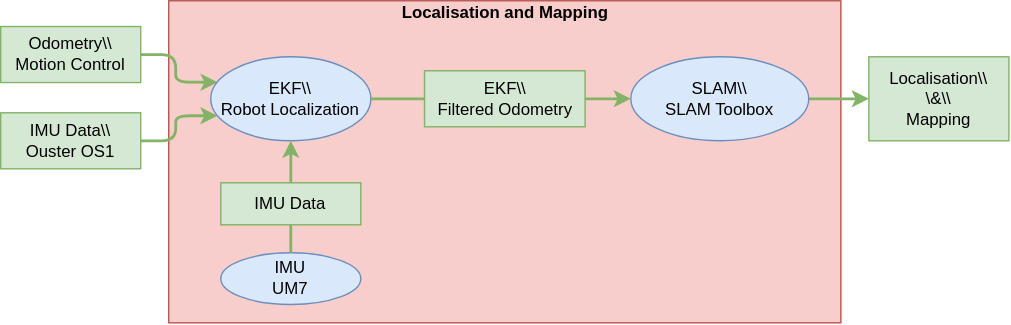
Above: Figures/figLocMapping.drawio.svg in orjano-max/ORJANOS_MASTER_REPO (draw.io), before the change. Source tidied: cells renumbered, new cells last; positions are measured from the earlier drawing's top-left corner, leaving out a move shared by most shapes.
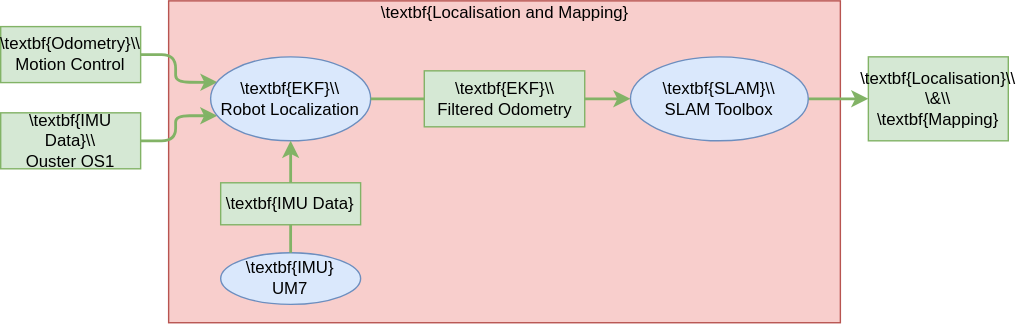
Later version of the same file.

What changed in the source:
```diff
@@ -5,10 +5,10 @@
     <mxCell id="2" style="rounded=0;whiteSpace=wrap;html=1;fillColor=#f8cecc;strokeColor=#b85450;" parent="1" vertex="1">
       <mxGeometry x="120" width="480" height="230" as="geometry" />
     </mxCell>
-    <mxCell id="3" value="IMU Data\\&lt;br&gt;Ouster OS1" style="rounded=0;whiteSpace=wrap;html=1;fillColor=#d5e8d4;strokeColor=#82b366;" parent="1" vertex="1">
+    <mxCell id="3" value="\textbf{IMU Data}\\&lt;br&gt;Ouster OS1" style="rounded=0;whiteSpace=wrap;html=1;fillColor=#d5e8d4;strokeColor=#82b366;" parent="1" vertex="1">
       <mxGeometry y="80" width="100" height="40" as="geometry" />
     </mxCell>
-    <mxCell id="4" value="Odometry\\&lt;br&gt;Motion Control&lt;b&gt;&lt;br&gt;&lt;/b&gt;" style="rounded=0;whiteSpace=wrap;html=1;fillColor=#d5e8d4;strokeColor=#82b366;" parent="1" vertex="1">
+    <mxCell id="4" value="\textbf{Odometry}\\&lt;br&gt;Motion Control&lt;b&gt;&lt;br&gt;&lt;/b&gt;" style="rounded=0;whiteSpace=wrap;html=1;fillColor=#d5e8d4;strokeColor=#82b366;" parent="1" vertex="1">
       <mxGeometry y="18.4" width="100" height="40" as="geometry" />
     </mxCell>
     <mxCell id="5" style="edgeStyle=orthogonalEdgeStyle;jettySize=auto;html=1;fillColor=#d5e8d4;strokeColor=#82b366;strokeWidth=2;rounded=1;exitX=1;exitY=0.5;exitDx=0;exitDy=0;entryX=0.042;entryY=0.702;entryDx=0;entryDy=0;entryPerimeter=0;" parent="1" edge="1" source="3" target="12">
@@ -17,28 +17,28 @@
     <mxCell id="6" style="edgeStyle=orthogonalEdgeStyle;jettySize=auto;html=1;fillColor=#d5e8d4;strokeColor=#82b366;strokeWidth=2;rounded=1;exitX=1;exitY=0.5;exitDx=0;exitDy=0;entryX=0.043;entryY=0.303;entryDx=0;entryDy=0;entryPerimeter=0;" parent="1" edge="1" source="4" target="12">
       <mxGeometry relative="1" as="geometry" />
     </mxCell>
-    <mxCell id="7" value="Localisation\\&lt;br&gt;&lt;div&gt;\&amp;amp;\\&lt;/div&gt;&lt;div&gt;Mapping&lt;b&gt;&lt;br&gt;&lt;/b&gt;&lt;/div&gt;" style="rounded=0;whiteSpace=wrap;html=1;fillColor=#d5e8d4;strokeColor=#82b366;" parent="1" vertex="1">
+    <mxCell id="7" value="\textbf{Localisation}\\&lt;br&gt;&lt;div&gt;\&amp;amp;\\&lt;/div&gt;&lt;div&gt;\textbf{Mapping}&lt;b&gt;&lt;br&gt;&lt;/b&gt;&lt;/div&gt;" style="rounded=0;whiteSpace=wrap;html=1;fillColor=#d5e8d4;strokeColor=#82b366;" parent="1" vertex="1">
       <mxGeometry x="620" y="40" width="100" height="60" as="geometry" />
     </mxCell>
     <mxCell id="8" style="edgeStyle=orthogonalEdgeStyle;jettySize=auto;html=1;fillColor=#d5e8d4;strokeColor=#82b366;strokeWidth=2;rounded=1;exitX=1;exitY=0.5;exitDx=0;exitDy=0;entryX=0;entryY=0.5;entryDx=0;entryDy=0;" parent="1" edge="1" source="13" target="7">
       <mxGeometry relative="1" as="geometry" />
     </mxCell>
-    <mxCell id="9" value="&lt;b&gt;Localisation and Mapping&lt;/b&gt;" style="text;html=1;strokeColor=none;fillColor=none;align=center;verticalAlign=middle;whiteSpace=wrap;rounded=0;" parent="1" vertex="1">
+    <mxCell id="9" value="\textbf{Localisation and Mapping}" style="text;html=1;strokeColor=none;fillColor=none;align=center;verticalAlign=middle;whiteSpace=wrap;rounded=0;" parent="1" vertex="1">
       <mxGeometry x="238.7" width="242.6" height="18.4" as="geometry" />
     </mxCell>
-    <mxCell id="10" value="IMU&lt;br&gt;&lt;span style=&quot;&quot;&gt;UM7&lt;br&gt;&lt;/span&gt;" style="ellipse;whiteSpace=wrap;html=1;fillColor=#dae8fc;strokeColor=#6c8ebf;fontStyle=0;" parent="1" vertex="1">
+    <mxCell id="10" value="\textbf{IMU}&lt;br&gt;&lt;span style=&quot;&quot;&gt;UM7&lt;br&gt;&lt;/span&gt;" style="ellipse;whiteSpace=wrap;html=1;fillColor=#dae8fc;strokeColor=#6c8ebf;fontStyle=0;" parent="1" vertex="1">
       <mxGeometry x="157.2" y="180" width="100" height="36.9" as="geometry" />
     </mxCell>
-    <mxCell id="11" value="EKF\\&lt;br&gt;Filtered Odometry&lt;b&gt;&lt;br&gt;&lt;/b&gt;" style="rounded=0;whiteSpace=wrap;html=1;fillColor=#d5e8d4;strokeColor=#82b366;" parent="1" vertex="1">
+    <mxCell id="11" value="\textbf{EKF}\\&lt;br&gt;Filtered Odometry&lt;b&gt;&lt;br&gt;&lt;/b&gt;" style="rounded=0;whiteSpace=wrap;html=1;fillColor=#d5e8d4;strokeColor=#82b366;" parent="1" vertex="1">
       <mxGeometry x="302.7" y="50" width="114.6" height="40" as="geometry" />
     </mxCell>
-    <mxCell id="12" value="&lt;span style=&quot;&quot;&gt;EKF\\&lt;br&gt;Robot Localization&lt;/span&gt;" style="ellipse;whiteSpace=wrap;html=1;fillColor=#dae8fc;strokeColor=#6c8ebf;fontStyle=0;" parent="1" vertex="1">
+    <mxCell id="12" value="\textbf{&lt;span style=&quot;&quot;&gt;EKF}\\&lt;br&gt;Robot Localization&lt;/span&gt;" style="ellipse;whiteSpace=wrap;html=1;fillColor=#dae8fc;strokeColor=#6c8ebf;fontStyle=0;" parent="1" vertex="1">
       <mxGeometry x="150" y="40" width="114.4" height="60" as="geometry" />
     </mxCell>
-    <mxCell id="13" value="SLAM\\&lt;br&gt;SLAM Toolbox" style="ellipse;whiteSpace=wrap;html=1;fillColor=#dae8fc;strokeColor=#6c8ebf;fontStyle=0;" parent="1" vertex="1">
+    <mxCell id="13" value="\textbf{SLAM}\\&lt;br&gt;SLAM Toolbox" style="ellipse;whiteSpace=wrap;html=1;fillColor=#dae8fc;strokeColor=#6c8ebf;fontStyle=0;" parent="1" vertex="1">
       <mxGeometry x="450" y="40" width="127.1" height="60" as="geometry" />
     </mxCell>
-    <mxCell id="14" value="IMU Data" style="rounded=0;whiteSpace=wrap;html=1;fillColor=#d5e8d4;strokeColor=#82b366;" parent="1" vertex="1">
+    <mxCell id="14" value="\textbf{IMU Data}" style="rounded=0;whiteSpace=wrap;html=1;fillColor=#d5e8d4;strokeColor=#82b366;" parent="1" vertex="1">
       <mxGeometry x="157.2" y="130" width="100" height="30" as="geometry" />
     </mxCell>
     <mxCell id="15" style="edgeStyle=orthogonalEdgeStyle;jettySize=auto;html=1;fillColor=#d5e8d4;strokeColor=#82b366;strokeWidth=2;rounded=1;exitX=0.5;exitY=0;exitDx=0;exitDy=0;entryX=0.5;entryY=1;entryDx=0;entryDy=0;endArrow=none;endFill=0;" parent="1" edge="1" source="10" target="14">
```
